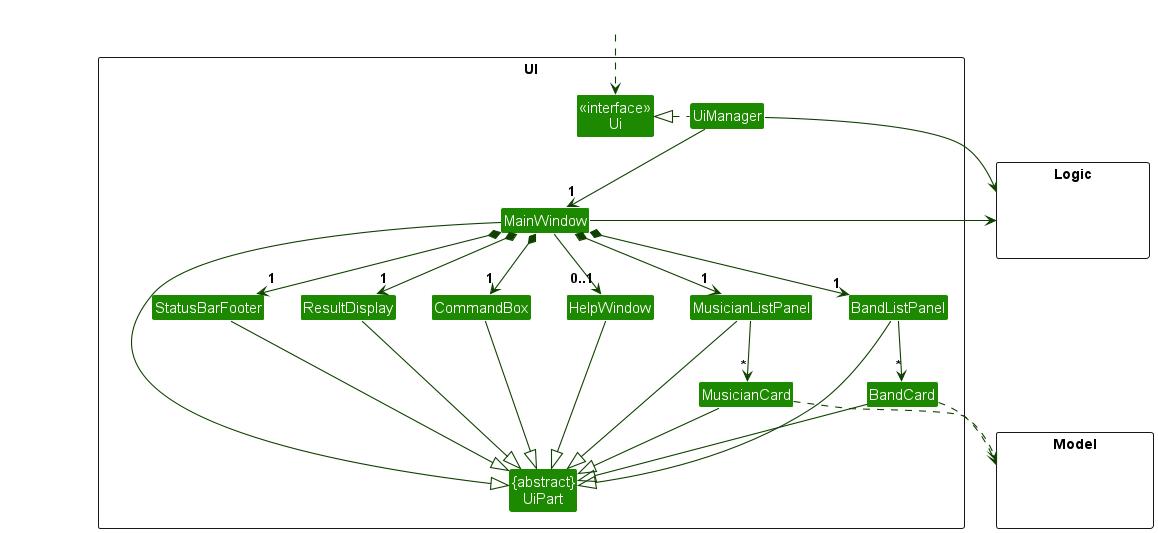
Above: docs/images/uml/UiClassDiagram.png in nus-cs2103-AY2324S1/tp (PlantUML), before the change.
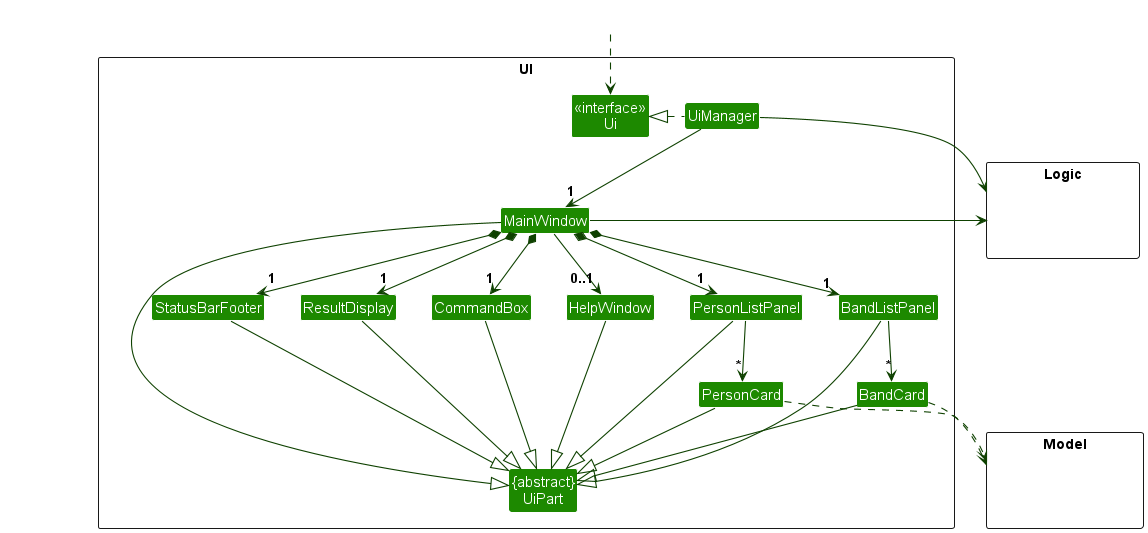
After the commit.

Diff of the diagram source:
```diff
@@ -11,8 +11,8 @@
 Class MainWindow
 Class HelpWindow
 Class ResultDisplay
-Class MusicianListPanel
-Class MusicianCard
+Class PersonListPanel
+Class PersonCard
 Class BandListPanel
 Class BandCard
 Class StatusBarFooter
@@ -34,32 +34,32 @@
 UiManager -down-> "1" MainWindow
 MainWindow *-down->  "1" CommandBox
 MainWindow *-down-> "1" ResultDisplay
-MainWindow *-down-> "1" MusicianListPanel
+MainWindow *-down-> "1" PersonListPanel
 MainWindow *-down-> "1" BandListPanel
 MainWindow *-down-> "1" StatusBarFooter
 MainWindow --> "0..1" HelpWindow
 
-MusicianListPanel -down-> "*" MusicianCard
+PersonListPanel -down-> "*" PersonCard
 BandListPanel -down-> "*" BandCard
 
 MainWindow -left-|> UiPart
 
 ResultDisplay --|> UiPart
 CommandBox --|> UiPart
-MusicianListPanel --|> UiPart
-MusicianCard --|> UiPart
+PersonListPanel --|> UiPart
+PersonCard --|> UiPart
 BandListPanel --|> UiPart
 BandCard --|> UiPart
 StatusBarFooter --|> UiPart
 HelpWindow --|> UiPart
 
-MusicianCard ..> Model
+PersonCard ..> Model
 BandCard ..> Model
 UiManager -right-> Logic
 MainWindow -left-> Logic
 
-BandListPanel -[hidden]left- MusicianListPanel
-MusicianListPanel -[hidden]left- HelpWindow
+BandListPanel -[hidden]left- PersonListPanel
+PersonListPanel -[hidden]left- HelpWindow
 HelpWindow -[hidden]left- CommandBox
 CommandBox -[hidden]left- ResultDisplay
 ResultDisplay -[hidden]left- StatusBarFooter
```
